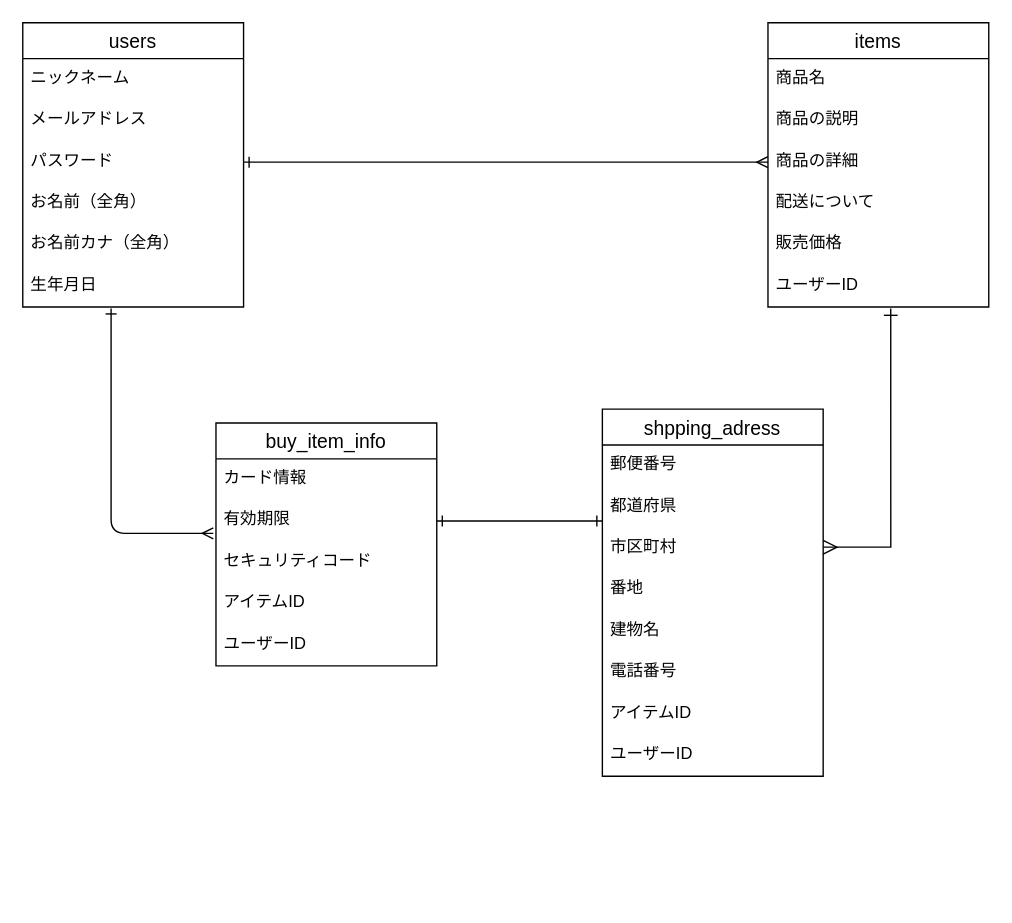
Before: test.dio in tamurakenta/furima-39688, a draw.io diagram. Source tidied: cells renumbered, new cells numbered last; positions are measured from the earlier drawing's top-left corner, leaving out a move shared by most shapes. Both pictures are drawn from the tidied source at 138%, with x=0, y=0 at pixel (22, 22).
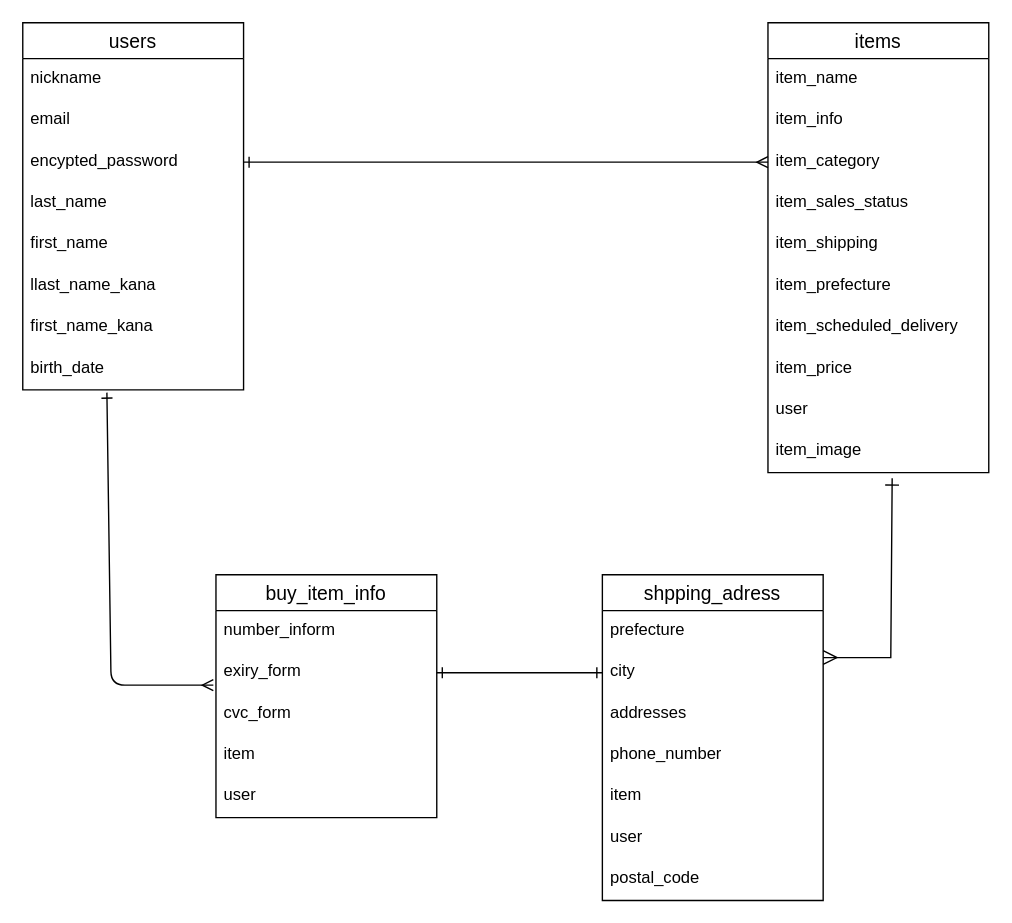
Above is the later version.

Diff of the diagram source:
```diff
@@
     <mxCell id="2" value="users" style="swimlane;fontStyle=0;horizontal=1;startSize=26;align=center;fontSize=14;rounded=0;" parent="1" vertex="1">
-      <mxGeometry width="160" height="206" as="geometry" />
+      <mxGeometry width="160" height="266" as="geometry" />
     </mxCell>
-    <mxCell id="3" value="ニックネーム" style="text;strokeColor=none;fillColor=none;spacingLeft=4;spacingRight=4;overflow=hidden;fontSize=12;rounded=0;" parent="2" vertex="1">
+    <mxCell id="3" value="nickname" style="text;strokeColor=none;fillColor=none;spacingLeft=4;spacingRight=4;overflow=hidden;fontSize=12;rounded=0;" parent="2" vertex="1">
       <mxGeometry y="26" width="160" height="30" as="geometry" />
     </mxCell>
-    <mxCell id="4" value="メールアドレス" style="text;strokeColor=none;fillColor=none;spacingLeft=4;spacingRight=4;overflow=hidden;fontSize=12;rounded=0;" parent="2" vertex="1">
+    <mxCell id="4" value="email" style="text;strokeColor=none;fillColor=none;spacingLeft=4;spacingRight=4;overflow=hidden;fontSize=12;rounded=0;" parent="2" vertex="1">
       <mxGeometry y="56" width="160" height="30" as="geometry" />
     </mxCell>
-    <mxCell id="5" value="パスワード" style="text;strokeColor=none;fillColor=none;spacingLeft=4;spacingRight=4;overflow=hidden;points=[[0,0.5],[1,0.5]];portConstraint=eastwest;fontSize=12;rounded=0;" parent="2" vertex="1">
+    <mxCell id="5" value="encypted_password" style="text;strokeColor=none;fillColor=none;spacingLeft=4;spacingRight=4;overflow=hidden;points=[[0,0.5],[1,0.5]];portConstraint=eastwest;fontSize=12;rounded=0;" parent="2" vertex="1">
       <mxGeometry y="86" width="160" height="30" as="geometry" />
     </mxCell>
-    <mxCell id="6" value="お名前（全角）" style="text;strokeColor=none;fillColor=none;spacingLeft=4;spacingRight=4;overflow=hidden;fontSize=12;rounded=0;" parent="2" vertex="1">
+    <mxCell id="6" value="last_name" style="text;strokeColor=none;fillColor=none;spacingLeft=4;spacingRight=4;overflow=hidden;fontSize=12;rounded=0;" parent="2" vertex="1">
       <mxGeometry y="116" width="160" height="30" as="geometry" />
     </mxCell>
+    <mxCell id="35" value="first_name" style="text;strokeColor=none;fillColor=none;spacingLeft=4;spacingRight=4;overflow=hidden;fontSize=12;" parent="2" vertex="1">
+      <mxGeometry y="146" width="160" height="30" as="geometry" />
+    </mxCell>
+    <mxCell id="36" value="llast_name_kana" style="text;strokeColor=none;fillColor=none;spacingLeft=4;spacingRight=4;overflow=hidden;fontSize=12;" parent="2" vertex="1">
+      <mxGeometry y="176" width="160" height="30" as="geometry" />
+    </mxCell>
+    <mxCell id="37" value="first_name_kana" style="text;strokeColor=none;fillColor=none;spacingLeft=4;spacingRight=4;overflow=hidden;fontSize=12;" parent="2" vertex="1">
+      <mxGeometry y="206" width="160" height="30" as="geometry" />
+    </mxCell>
-    <mxCell id="7" value="お名前カナ（全角）" style="text;strokeColor=none;fillColor=none;spacingLeft=4;spacingRight=4;overflow=hidden;points=[[0,0.5],[1,0.5]];portConstraint=eastwest;fontSize=12;rounded=0;" parent="2" vertex="1">
-      <mxGeometry y="146" width="160" height="30" as="geometry" />
+    <mxCell id="7" value="birth_date" style="text;strokeColor=none;fillColor=none;spacingLeft=4;spacingRight=4;overflow=hidden;points=[[0,0.5],[1,0.5]];portConstraint=eastwest;fontSize=12;rounded=0;" parent="2" vertex="1">
+      <mxGeometry y="236" width="160" height="30" as="geometry" />
     </mxCell>
-    <mxCell id="8" value="生年月日" style="text;strokeColor=none;fillColor=none;spacingLeft=4;spacingRight=4;overflow=hidden;points=[[0,0.5],[1,0.5]];portConstraint=eastwest;fontSize=12;rounded=0;" parent="2" vertex="1">
-      <mxGeometry y="176" width="160" height="30" as="geometry" />
-    </mxCell>
     <mxCell id="9" value="items" style="swimlane;fontStyle=0;horizontal=1;startSize=26;align=center;fontSize=14;rounded=0;" parent="1" vertex="1">
-      <mxGeometry x="540" width="160" height="206" as="geometry" />
+      <mxGeometry x="540" width="160" height="326" as="geometry" />
     </mxCell>
-    <mxCell id="10" value="商品名" style="text;strokeColor=none;fillColor=none;spacingLeft=4;spacingRight=4;overflow=hidden;fontSize=12;rounded=0;" parent="9" vertex="1">
-      <mxGeometry y="26" width="160" height="30" as="geometry" />
-    </mxCell>
-    <mxCell id="11" value="商品の説明" style="text;strokeColor=none;fillColor=none;spacingLeft=4;spacingRight=4;overflow=hidden;fontSize=12;rounded=0;" parent="9" vertex="1">
-      <mxGeometry y="56" width="160" height="30" as="geometry" />
-    </mxCell>
-    <mxCell id="12" value="商品の詳細" style="text;strokeColor=none;fillColor=none;spacingLeft=4;spacingRight=4;overflow=hidden;points=[[0,0.5],[1,0.5]];portConstraint=eastwest;fontSize=12;rounded=0;" parent="9" vertex="1">
-      <mxGeometry y="86" width="160" height="30" as="geometry" />
+    <mxCell id="12" value="item_name" style="text;strokeColor=none;fillColor=none;spacingLeft=4;spacingRight=4;overflow=hidden;points=[[0,0.5],[1,0.5]];portConstraint=eastwest;fontSize=12;rounded=0;" parent="9" vertex="1">
+      <mxGeometry y="26" width="160" height="30" as="geometry" />
     </mxCell>
-    <mxCell id="13" value="配送について" style="text;strokeColor=none;fillColor=none;spacingLeft=4;spacingRight=4;overflow=hidden;fontSize=12;rounded=0;" parent="9" vertex="1">
-      <mxGeometry y="116" width="160" height="30" as="geometry" />
+    <mxCell id="13" value="item_info" style="text;strokeColor=none;fillColor=none;spacingLeft=4;spacingRight=4;overflow=hidden;fontSize=12;rounded=0;" parent="9" vertex="1">
+      <mxGeometry y="56" width="160" height="30" as="geometry" />
     </mxCell>
-    <mxCell id="14" value="販売価格" style="text;strokeColor=none;fillColor=none;spacingLeft=4;spacingRight=4;overflow=hidden;points=[[0,0.5],[1,0.5]];portConstraint=eastwest;fontSize=12;" parent="9" vertex="1">
-      <mxGeometry y="146" width="160" height="30" as="geometry" />
+    <mxCell id="14" value="item_category" style="text;strokeColor=none;fillColor=none;spacingLeft=4;spacingRight=4;overflow=hidden;points=[[0,0.5],[1,0.5]];portConstraint=eastwest;fontSize=12;" parent="9" vertex="1">
+      <mxGeometry y="86" width="160" height="30" as="geometry" />
     </mxCell>
+    <mxCell id="38" value="item_sales_status" style="text;strokeColor=none;fillColor=none;spacingLeft=4;spacingRight=4;overflow=hidden;fontSize=12;" parent="9" vertex="1">
+      <mxGeometry y="116" width="160" height="30" as="geometry" />
+    </mxCell>
+    <mxCell id="39" value="item_shipping" style="text;strokeColor=none;fillColor=none;spacingLeft=4;spacingRight=4;overflow=hidden;fontSize=12;" parent="9" vertex="1">
+      <mxGeometry y="146" width="160" height="30" as="geometry" />
+    </mxCell>
+    <mxCell id="40" value="item_prefecture" style="text;strokeColor=none;fillColor=none;spacingLeft=4;spacingRight=4;overflow=hidden;fontSize=12;" parent="9" vertex="1">
+      <mxGeometry y="176" width="160" height="30" as="geometry" />
+    </mxCell>
+    <mxCell id="10" value="item_scheduled_delivery" style="text;strokeColor=none;fillColor=none;spacingLeft=4;spacingRight=4;overflow=hidden;fontSize=12;rounded=0;" parent="9" vertex="1">
+      <mxGeometry y="206" width="160" height="30" as="geometry" />
+    </mxCell>
+    <mxCell id="41" value="item_price" style="text;strokeColor=none;fillColor=none;spacingLeft=4;spacingRight=4;overflow=hidden;fontSize=12;" parent="9" vertex="1">
+      <mxGeometry y="236" width="160" height="30" as="geometry" />
+    </mxCell>
-    <mxCell id="15" value="ユーザーID" style="text;strokeColor=none;fillColor=none;spacingLeft=4;spacingRight=4;overflow=hidden;points=[[0,0.5],[1,0.5]];portConstraint=eastwest;fontSize=12;rounded=0;" parent="9" vertex="1">
-      <mxGeometry y="176" width="160" height="30" as="geometry" />
+    <mxCell id="15" value="user" style="text;strokeColor=none;fillColor=none;spacingLeft=4;spacingRight=4;overflow=hidden;points=[[0,0.5],[1,0.5]];portConstraint=eastwest;fontSize=12;rounded=0;" parent="9" vertex="1">
+      <mxGeometry y="266" width="160" height="30" as="geometry" />
     </mxCell>
+    <mxCell id="11" value="item_image" style="text;strokeColor=none;fillColor=none;spacingLeft=4;spacingRight=4;overflow=hidden;fontSize=12;rounded=0;" parent="9" vertex="1">
+      <mxGeometry y="296" width="160" height="30" as="geometry" />
+    </mxCell>
     <mxCell id="16" value="buy_item_info" style="swimlane;fontStyle=0;horizontal=1;startSize=26;align=center;fontSize=14;rounded=0;" parent="1" vertex="1">
-      <mxGeometry x="140" y="290" width="160" height="176" as="geometry" />
+      <mxGeometry x="140" y="400" width="160" height="176" as="geometry" />
     </mxCell>
-    <mxCell id="17" value="カード情報" style="text;strokeColor=none;fillColor=none;spacingLeft=4;spacingRight=4;overflow=hidden;fontSize=12;rounded=0;" parent="16" vertex="1">
+    <mxCell id="17" value="number_inform" style="text;strokeColor=none;fillColor=none;spacingLeft=4;spacingRight=4;overflow=hidden;fontSize=12;rounded=0;" parent="16" vertex="1">
       <mxGeometry y="26" width="160" height="30" as="geometry" />
     </mxCell>
-    <mxCell id="18" value="有効期限" style="text;strokeColor=none;fillColor=none;spacingLeft=4;spacingRight=4;overflow=hidden;points=[[0,0.5],[1,0.5]];portConstraint=eastwest;fontSize=12;rounded=0;" parent="16" vertex="1">
+    <mxCell id="18" value="exiry_form" style="text;strokeColor=none;fillColor=none;spacingLeft=4;spacingRight=4;overflow=hidden;points=[[0,0.5],[1,0.5]];portConstraint=eastwest;fontSize=12;rounded=0;" parent="16" vertex="1">
       <mxGeometry y="56" width="160" height="30" as="geometry" />
     </mxCell>
-    <mxCell id="19" value="セキュリティコード" style="text;strokeColor=none;fillColor=none;spacingLeft=4;spacingRight=4;overflow=hidden;fontSize=12;" parent="16" vertex="1">
+    <mxCell id="19" value="cvc_form" style="text;strokeColor=none;fillColor=none;spacingLeft=4;spacingRight=4;overflow=hidden;fontSize=12;" parent="16" vertex="1">
       <mxGeometry y="86" width="160" height="30" as="geometry" />
     </mxCell>
-    <mxCell id="20" value="アイテムID" style="text;strokeColor=none;fillColor=none;spacingLeft=4;spacingRight=4;overflow=hidden;fontSize=12;" parent="16" vertex="1">
+    <mxCell id="20" value="item" style="text;strokeColor=none;fillColor=none;spacingLeft=4;spacingRight=4;overflow=hidden;fontSize=12;" parent="16" vertex="1">
       <mxGeometry y="116" width="160" height="30" as="geometry" />
     </mxCell>
-    <mxCell id="21" value="ユーザーID" style="text;strokeColor=none;fillColor=none;spacingLeft=4;spacingRight=4;overflow=hidden;fontSize=12;rounded=0;" parent="16" vertex="1">
+    <mxCell id="21" value="user" style="text;strokeColor=none;fillColor=none;spacingLeft=4;spacingRight=4;overflow=hidden;fontSize=12;rounded=0;" parent="16" vertex="1">
       <mxGeometry y="146" width="160" height="30" as="geometry" />
     </mxCell>
     <mxCell id="22" value="shpping_adress" style="swimlane;fontStyle=0;horizontal=1;startSize=26;align=center;fontSize=14;rounded=0;" parent="1" vertex="1">
-      <mxGeometry x="420" y="280" width="160" height="266" as="geometry" />
+      <mxGeometry x="420" y="400" width="160" height="236" as="geometry" />
     </mxCell>
-    <mxCell id="23" value="郵便番号" style="text;strokeColor=none;fillColor=none;spacingLeft=4;spacingRight=4;overflow=hidden;fontSize=12;rounded=0;" parent="22" vertex="1">
-      <mxGeometry y="26" width="160" height="30" as="geometry" />
-    </mxCell>
-    <mxCell id="24" value="都道府県" style="text;strokeColor=none;fillColor=none;spacingLeft=4;spacingRight=4;overflow=hidden;fontSize=12;rounded=0;" parent="22" vertex="1">
-      <mxGeometry y="56" width="160" height="30" as="geometry" />
-    </mxCell>
-    <mxCell id="25" value="市区町村" style="text;strokeColor=none;fillColor=none;spacingLeft=4;spacingRight=4;overflow=hidden;fontSize=12;rounded=0;" parent="22" vertex="1">
-      <mxGeometry y="86" width="160" height="30" as="geometry" />
+    <mxCell id="25" value="prefecture" style="text;strokeColor=none;fillColor=none;spacingLeft=4;spacingRight=4;overflow=hidden;fontSize=12;rounded=0;" parent="22" vertex="1">
+      <mxGeometry y="26" width="160" height="30" as="geometry" />
     </mxCell>
-    <mxCell id="26" value="番地" style="text;strokeColor=none;fillColor=none;spacingLeft=4;spacingRight=4;overflow=hidden;points=[[0,0.5],[1,0.5]];portConstraint=eastwest;fontSize=12;rounded=0;" parent="22" vertex="1">
-      <mxGeometry y="116" width="160" height="30" as="geometry" />
+    <mxCell id="26" value="city" style="text;strokeColor=none;fillColor=none;spacingLeft=4;spacingRight=4;overflow=hidden;points=[[0,0.5],[1,0.5]];portConstraint=eastwest;fontSize=12;rounded=0;" parent="22" vertex="1">
+      <mxGeometry y="56" width="160" height="30" as="geometry" />
     </mxCell>
-    <mxCell id="27" value="建物名" style="text;strokeColor=none;fillColor=none;spacingLeft=4;spacingRight=4;overflow=hidden;fontSize=12;rounded=0;" parent="22" vertex="1">
-      <mxGeometry y="146" width="160" height="30" as="geometry" />
+    <mxCell id="27" value="addresses" style="text;strokeColor=none;fillColor=none;spacingLeft=4;spacingRight=4;overflow=hidden;fontSize=12;rounded=0;" parent="22" vertex="1">
+      <mxGeometry y="86" width="160" height="30" as="geometry" />
     </mxCell>
-    <mxCell id="28" value="電話番号" style="text;strokeColor=none;fillColor=none;spacingLeft=4;spacingRight=4;overflow=hidden;fontSize=12;" parent="22" vertex="1">
-      <mxGeometry y="176" width="160" height="30" as="geometry" />
+    <mxCell id="28" value="phone_number" style="text;strokeColor=none;fillColor=none;spacingLeft=4;spacingRight=4;overflow=hidden;fontSize=12;" parent="22" vertex="1">
+      <mxGeometry y="116" width="160" height="30" as="geometry" />
     </mxCell>
-    <mxCell id="29" value="アイテムID" style="text;strokeColor=none;fillColor=none;spacingLeft=4;spacingRight=4;overflow=hidden;fontSize=12;" parent="22" vertex="1">
-      <mxGeometry y="206" width="160" height="30" as="geometry" />
+    <mxCell id="29" value="item" style="text;strokeColor=none;fillColor=none;spacingLeft=4;spacingRight=4;overflow=hidden;fontSize=12;" parent="22" vertex="1">
+      <mxGeometry y="146" width="160" height="30" as="geometry" />
     </mxCell>
-    <mxCell id="30" value="ユーザーID" style="text;strokeColor=none;fillColor=none;spacingLeft=4;spacingRight=4;overflow=hidden;fontSize=12;rounded=0;" parent="22" vertex="1">
-      <mxGeometry y="236" width="160" height="30" as="geometry" />
-    </mxCell>
+    <mxCell id="23" value="user" style="text;strokeColor=none;fillColor=none;spacingLeft=4;spacingRight=4;overflow=hidden;fontSize=12;rounded=0;" parent="22" vertex="1">
+      <mxGeometry y="176" width="160" height="30" as="geometry" />
+    </mxCell>
+    <mxCell id="24" value="postal_code" style="text;strokeColor=none;fillColor=none;spacingLeft=4;spacingRight=4;overflow=hidden;fontSize=12;rounded=0;" parent="22" vertex="1">
+      <mxGeometry y="206" width="160" height="30" as="geometry" />
+    </mxCell>
-    <mxCell id="31" style="edgeStyle=none;html=1;exitX=1;exitY=0.5;exitDx=0;exitDy=0;entryX=0;entryY=0.5;entryDx=0;entryDy=0;endArrow=ERmany;endFill=0;startArrow=ERone;startFill=0;" parent="1" edge="1" source="5" target="12">
+    <mxCell id="31" style="edgeStyle=none;html=1;exitX=1;exitY=0.5;exitDx=0;exitDy=0;entryX=0;entryY=0.5;entryDx=0;entryDy=0;endArrow=ERmany;endFill=0;startArrow=ERone;startFill=0;" parent="1" edge="1" source="5" target="14">
       <mxGeometry relative="1" as="geometry" />
     </mxCell>
-    <mxCell id="32" style="edgeStyle=none;html=1;entryX=-0.012;entryY=0.8;entryDx=0;entryDy=0;entryPerimeter=0;startArrow=ERone;startFill=0;endArrow=ERmany;endFill=0;exitX=0.4;exitY=1.033;exitDx=0;exitDy=0;exitPerimeter=0;" parent="1" edge="1" source="8" target="18">
+    <mxCell id="32" style="edgeStyle=none;html=1;entryX=-0.012;entryY=0.8;entryDx=0;entryDy=0;entryPerimeter=0;startArrow=ERone;startFill=0;endArrow=ERmany;endFill=0;exitX=0.381;exitY=1.067;exitDx=0;exitDy=0;exitPerimeter=0;" parent="1" edge="1" source="7" target="18">
       <mxGeometry relative="1" as="geometry">
         <Array as="points">
-          <mxPoint x="64" y="370" />
+          <mxPoint x="64" y="480" />
         </Array>
       </mxGeometry>
     </mxCell>
-    <mxCell id="33" style="edgeStyle=segmentEdgeStyle;endArrow=ERone;html=1;curved=0;rounded=0;endSize=8;startSize=8;entryX=0.556;entryY=1.033;entryDx=0;entryDy=0;entryPerimeter=0;endFill=0;startArrow=ERmany;startFill=0;" parent="1" edge="1" target="15">
+    <mxCell id="33" style="edgeStyle=segmentEdgeStyle;endArrow=ERone;html=1;curved=0;rounded=0;endSize=8;startSize=8;endFill=0;startArrow=ERmany;startFill=0;" parent="1" edge="1">
       <mxGeometry relative="1" as="geometry">
-        <mxPoint x="580" y="380" as="sourcePoint" />
+        <mxPoint x="580" y="460" as="sourcePoint" />
+        <mxPoint x="630" y="330" as="targetPoint" />
+        <Array as="points">
+          <mxPoint x="629" y="460" />
+        </Array>
       </mxGeometry>
     </mxCell>
-    <mxCell id="34" style="edgeStyle=none;html=1;exitX=1;exitY=0.5;exitDx=0;exitDy=0;startArrow=ERone;startFill=0;endArrow=ERone;endFill=0;" parent="1" edge="1" source="18">
-      <mxGeometry relative="1" as="geometry">
-        <mxPoint x="420" y="361" as="targetPoint" />
-      </mxGeometry>
+    <mxCell id="34" style="edgeStyle=none;html=1;exitX=1;exitY=0.5;exitDx=0;exitDy=0;startArrow=ERone;startFill=0;endArrow=ERone;endFill=0;entryX=0;entryY=0.5;entryDx=0;entryDy=0;" parent="1" edge="1" source="18" target="26">
+      <mxGeometry relative="1" as="geometry" />
     </mxCell>
```
